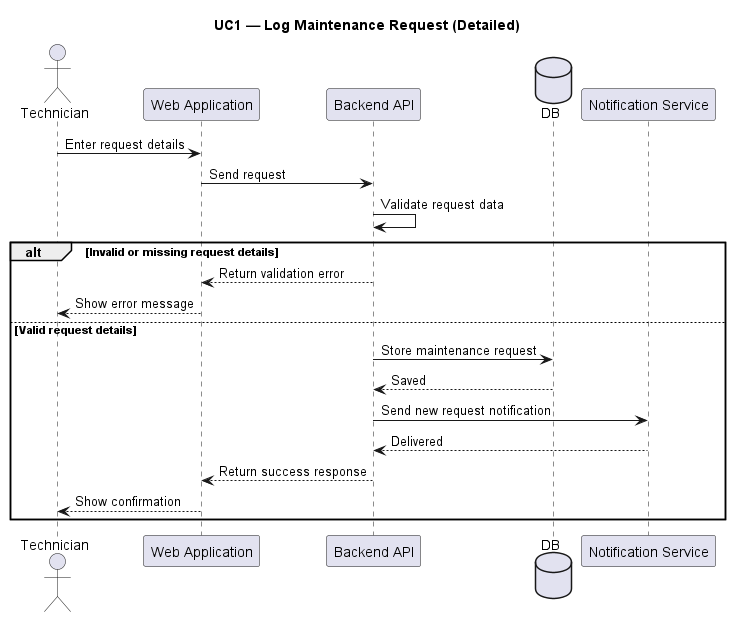
Above: uml/Interactions/sequence_diagrams/UC1_detailed_log_request.png in xalameen8633-dotcom/Software-engineering-project (PlantUML), before the change.
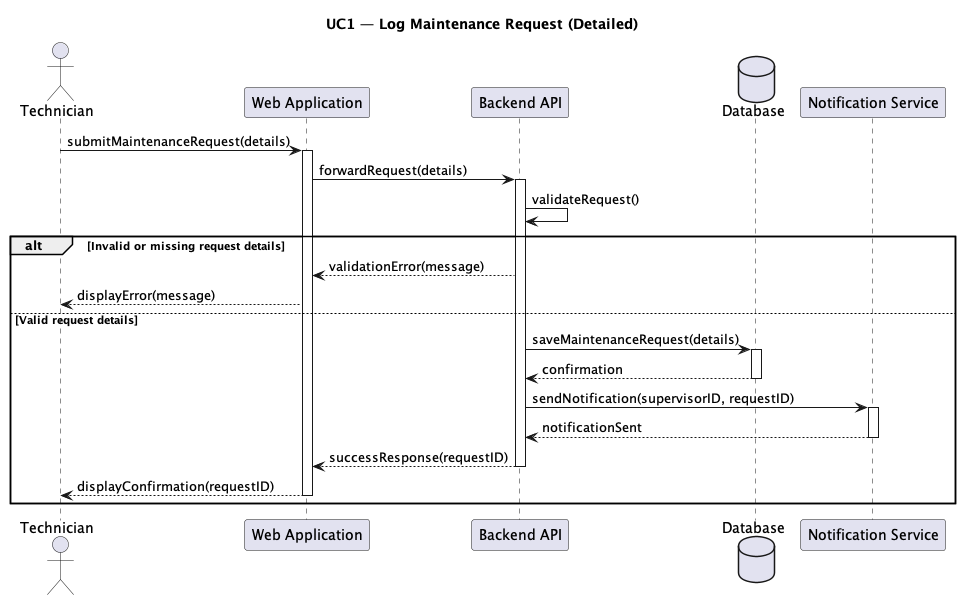
The same file after the commit.

Commit message:
Improve UC1 detailed sequence diagram structure and messaging

The edit, as a diff of the source:
```diff
@@ -4,25 +4,33 @@
 actor Technician
 participant "Web Application" as Web
 participant "Backend API" as API
-database "DB" as DB
+database "Database" as DB
 participant "Notification Service" as Notif
 
-Technician -> Web : Enter request details
-Web -> API : Send request
-API -> API : Validate request data
+Technician -> Web : submitMaintenanceRequest(details)
+activate Web
+Web -> API : forwardRequest(details)
+activate API
+
+API -> API : validateRequest()
 
 alt Invalid or missing request details
-    API --> Web : Return validation error
-    Web --> Technician : Show error message
+    API --> Web : validationError(message)
+    Web --> Technician : displayError(message)
 else Valid request details
-    API -> DB : Store maintenance request
-    DB --> API : Saved
+    API -> DB : saveMaintenanceRequest(details)
+    activate DB
+    DB --> API : confirmation
+    deactivate DB
 
-    API -> Notif : Send new request notification
-    Notif --> API : Delivered
+    API -> Notif : sendNotification(supervisorID, requestID)
+    activate Notif
+    Notif --> API : notificationSent
+    deactivate Notif
 
-    API --> Web : Return success response
-    Web --> Technician : Show confirmation
+    API --> Web : successResponse(requestID)
+    deactivate API
+    Web --> Technician : displayConfirmation(requestID)
+    deactivate Web
 end
-
 @enduml
```
